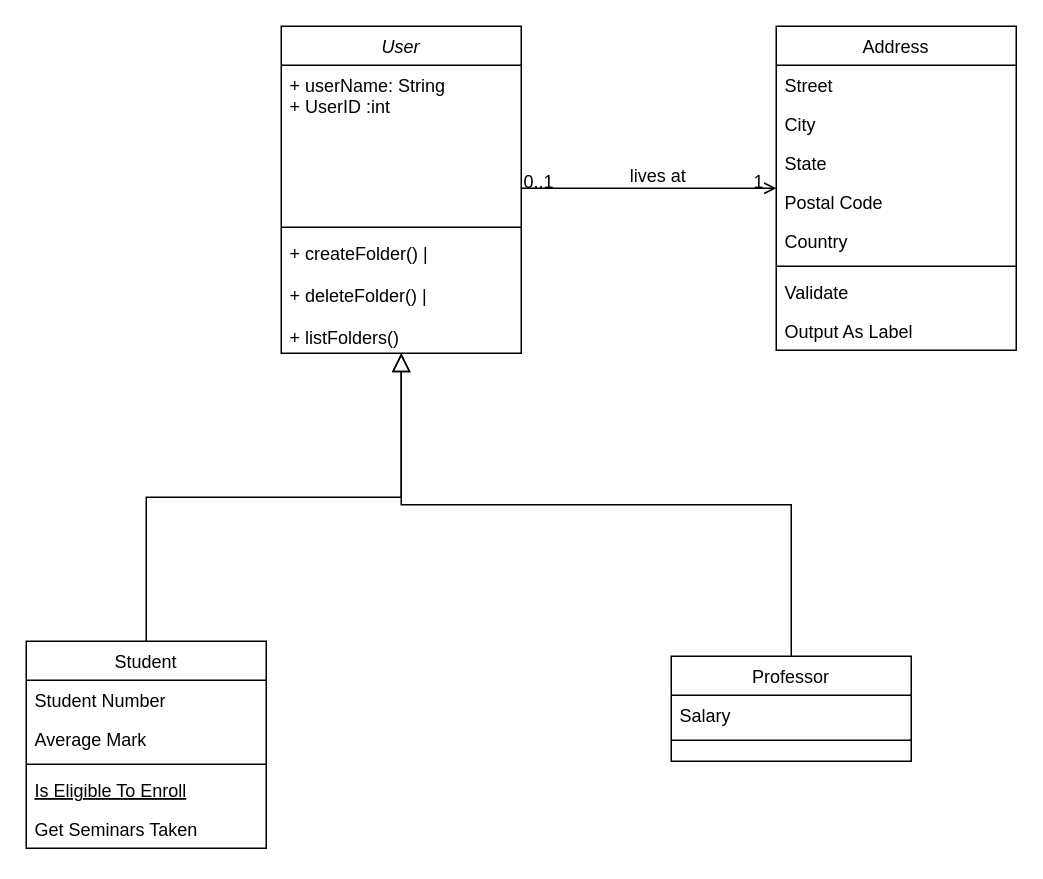
The draw.io diagram Untitled Diagram.drawio in Manhnguyen015/Spectral-Matter, before the edit. Source tidied: cells renumbered, new cells numbered last; positions are measured from the earlier drawing's top-left corner, leaving out a move shared by most shapes. Both pictures are drawn from the tidied source at 150%, with x=0, y=0 at pixel (26, 26).
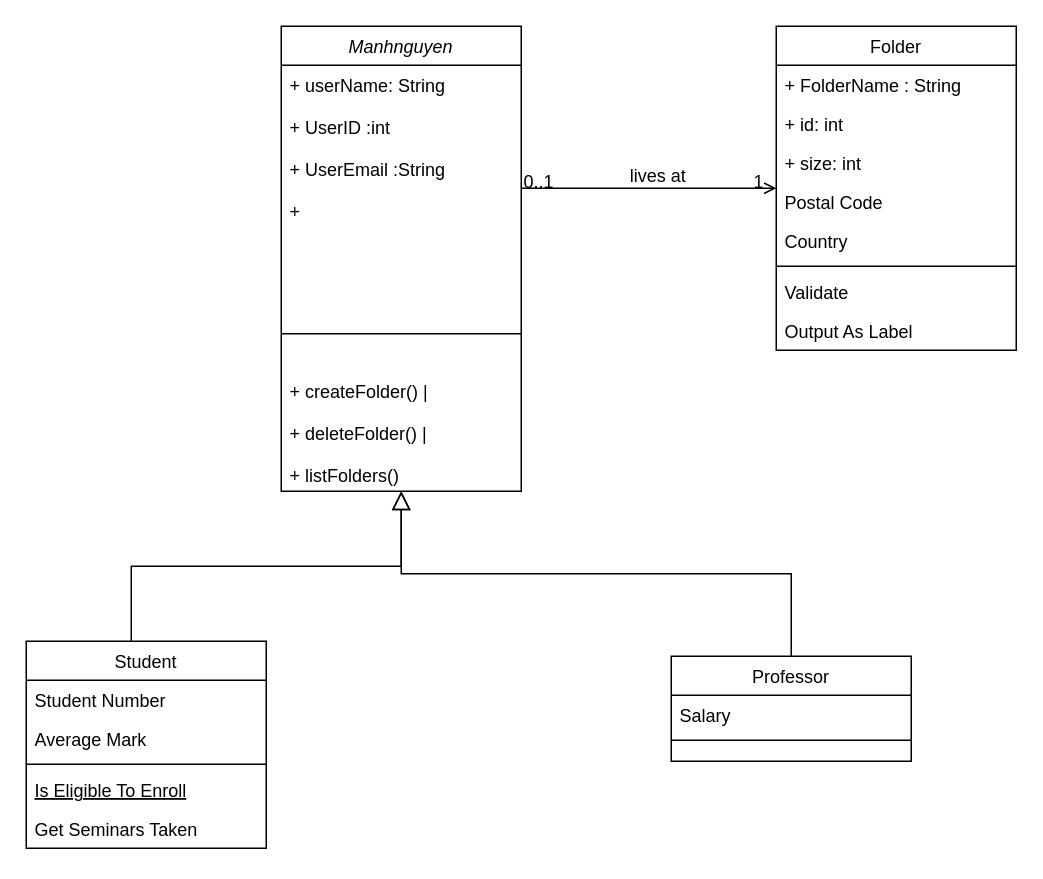
Above is the later version.

The change refers to these unchanged cells:
```xml
<mxCell id="6" value="Student" style="swimlane;fontStyle=0;align=center;verticalAlign=top;horizontal=1;startSize=26;rounded=0;shadow=0;strokeWidth=1;" parent="1" vertex="1">
  <mxGeometry y="410" width="160" height="138" as="geometry" />
</mxCell>
```

What changed in the source:
```diff
@@
-    <mxCell id="2" value="User" style="swimlane;fontStyle=2;align=center;verticalAlign=top;horizontal=1;startSize=26;rounded=0;shadow=0;strokeWidth=1;" parent="1" vertex="1">
-      <mxGeometry x="170" width="160" height="218" as="geometry" />
+    <mxCell id="2" value="Manhnguyen" style="swimlane;fontStyle=2;align=center;verticalAlign=top;horizontal=1;startSize=26;rounded=0;shadow=0;strokeWidth=1;" parent="1" vertex="1">
+      <mxGeometry x="170" width="160" height="310" as="geometry" />
     </mxCell>
-    <mxCell id="3" value="+ userName: String&#10;+ UserID :int&#10;" style="text;align=left;verticalAlign=top;spacingLeft=4;spacingRight=4;overflow=hidden;" parent="2" vertex="1">
-      <mxGeometry y="26" width="160" height="104" as="geometry" />
+    <mxCell id="3" value="+ userName: String&#10;&#10;+ UserID :int&#10;&#10;+ UserEmail :String&#10;&#10;+" style="text;align=left;verticalAlign=top;spacingLeft=4;spacingRight=4;overflow=hidden;" parent="2" vertex="1">
+      <mxGeometry y="26" width="160" height="154" as="geometry" />
     </mxCell>
     <mxCell id="4" style="line;html=1;strokeWidth=1;align=left;verticalAlign=middle;spacingTop=-1;spacingLeft=3;spacingRight=3;labelPosition=right;" parent="2" vertex="1">
-      <mxGeometry y="130" width="160" height="8" as="geometry" />
+      <mxGeometry y="180" width="160" height="50" as="geometry" />
     </mxCell>
     <mxCell id="5" value="+ createFolder()     |&#10;| &#10;+ deleteFolder()     |&#10;|&#10; + listFolders()" style="text;align=left;verticalAlign=top;spacingLeft=4;spacingRight=4;overflow=hidden;" parent="2" vertex="1">
-      <mxGeometry y="138" width="160" height="80" as="geometry" />
+      <mxGeometry y="230" width="160" height="80" as="geometry" />
     </mxCell>
@@
     <mxCell id="12" style="endArrow=block;endSize=10;endFill=0;shadow=0;strokeWidth=1;rounded=0;curved=0;edgeStyle=elbowEdgeStyle;elbow=vertical;" parent="1" edge="1" source="6" target="2">
-      <mxGeometry relative="1" as="geometry" />
+      <mxGeometry relative="1" as="geometry">
+        <Array as="points">
+          <mxPoint x="70" y="360" />
+        </Array>
+      </mxGeometry>
     </mxCell>
@@
-    <mxCell id="17" value="Address" style="swimlane;fontStyle=0;align=center;verticalAlign=top;horizontal=1;startSize=26;rounded=0;shadow=0;strokeWidth=1;" parent="1" vertex="1">
+    <mxCell id="17" value="Folder" style="swimlane;fontStyle=0;align=center;verticalAlign=top;horizontal=1;startSize=26;rounded=0;shadow=0;strokeWidth=1;" parent="1" vertex="1">
       <mxGeometry x="500" width="160" height="216" as="geometry" />
     </mxCell>
-    <mxCell id="18" value="Street" style="text;align=left;verticalAlign=top;spacingLeft=4;spacingRight=4;overflow=hidden;" parent="17" vertex="1">
+    <mxCell id="18" value="+ FolderName : String" style="text;align=left;verticalAlign=top;spacingLeft=4;spacingRight=4;overflow=hidden;" parent="17" vertex="1">
       <mxGeometry y="26" width="160" height="26" as="geometry" />
     </mxCell>
-    <mxCell id="19" value="City" style="text;align=left;verticalAlign=top;spacingLeft=4;spacingRight=4;overflow=hidden;rounded=0;shadow=0;html=0;" parent="17" vertex="1">
+    <mxCell id="19" value="+ id: int" style="text;align=left;verticalAlign=top;spacingLeft=4;spacingRight=4;overflow=hidden;rounded=0;shadow=0;html=0;" parent="17" vertex="1">
       <mxGeometry y="52" width="160" height="26" as="geometry" />
     </mxCell>
-    <mxCell id="20" value="State" style="text;align=left;verticalAlign=top;spacingLeft=4;spacingRight=4;overflow=hidden;rounded=0;shadow=0;html=0;" parent="17" vertex="1">
+    <mxCell id="20" value="+ size: int" style="text;align=left;verticalAlign=top;spacingLeft=4;spacingRight=4;overflow=hidden;rounded=0;shadow=0;html=0;" parent="17" vertex="1">
       <mxGeometry y="78" width="160" height="26" as="geometry" />
     </mxCell>
```
